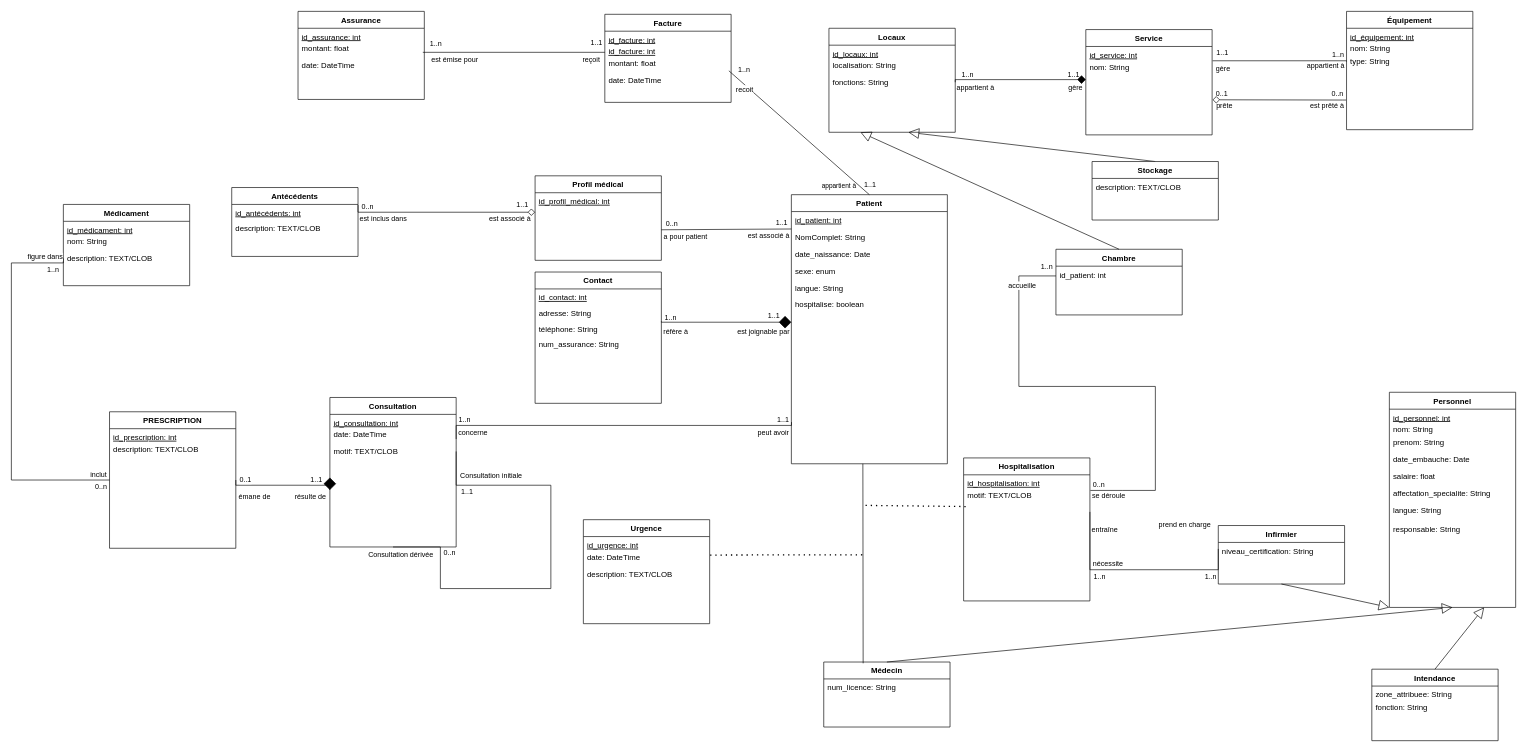
The draw.io diagram groupe2_model_conceptuel.drawio in absqaa/groupe2_bdd, before the edit. Source tidied: cells renumbered, new cells numbered last; positions are measured from the earlier drawing's top-left corner, leaving out a move shared by most shapes. Both pictures are drawn from the tidied source at 65%, with x=0, y=0 at pixel (11, 11).
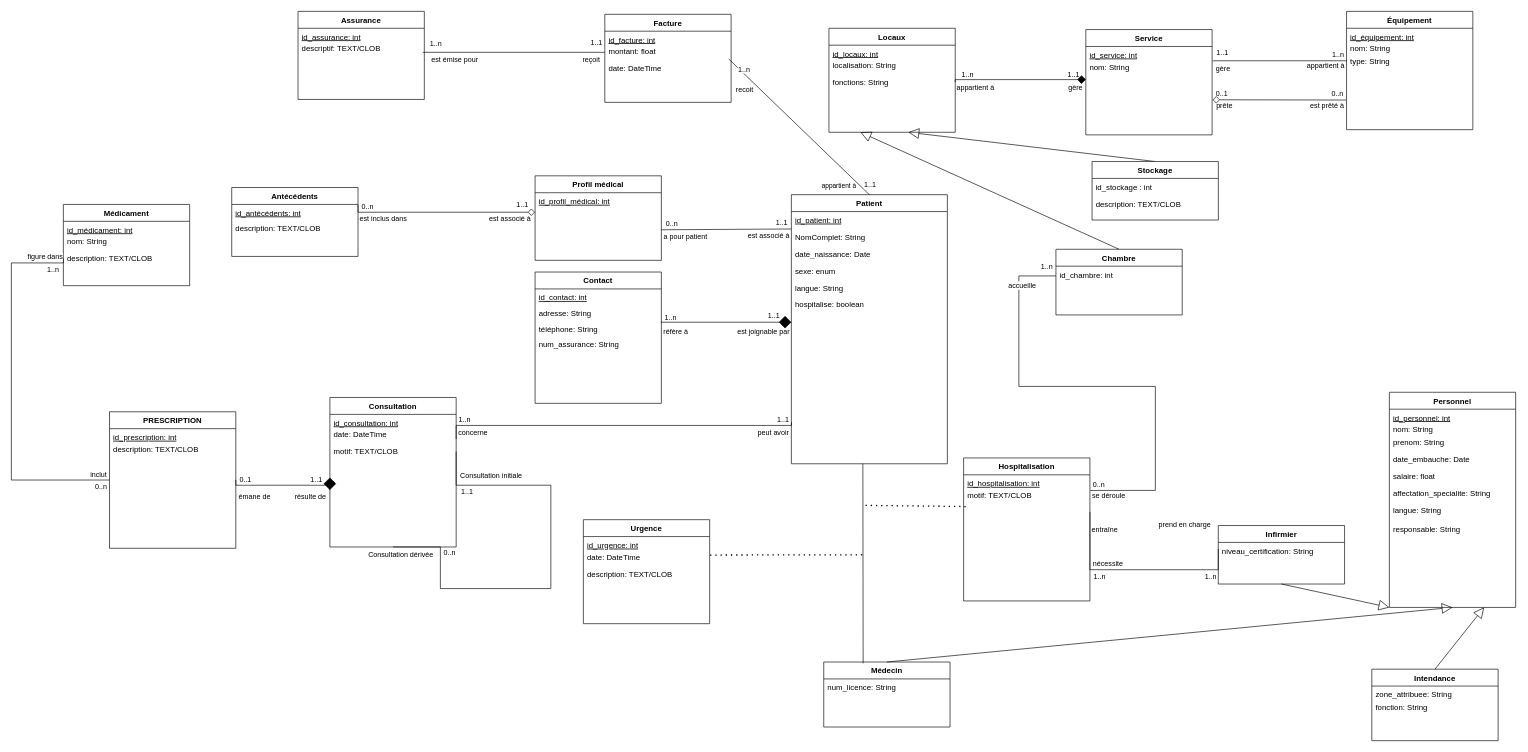
The same diagram, later.

The change refers to these unchanged cells:
```xml
<mxCell id="29" value="Chambre" style="swimlane;fontStyle=1;align=center;verticalAlign=top;horizontal=1;startSize=26;rounded=0;shadow=0;strokeWidth=1;" parent="1" vertex="1">
  <mxGeometry x="1607" y="366" width="194.3" height="101" as="geometry" />
</mxCell>
<mxCell id="58" value="Facture" style="swimlane;fontStyle=1;align=center;verticalAlign=top;horizontal=1;startSize=26;rounded=0;shadow=0;strokeWidth=1;" parent="1" vertex="1">
  <mxGeometry x="913" y="4.5" width="194.3" height="135.5" as="geometry" />
</mxCell>
<mxCell id="110" value="Stockage" style="swimlane;fontStyle=1;align=center;verticalAlign=top;horizontal=1;startSize=26;rounded=0;shadow=0;strokeWidth=1;" parent="1" vertex="1">
  <mxGeometry x="1662.6" y="231" width="194.3" height="90" as="geometry" />
</mxCell>
<mxCell id="142" value="Assurance" style="swimlane;fontStyle=1;align=center;verticalAlign=top;horizontal=1;startSize=26;rounded=0;shadow=0;strokeWidth=1;" parent="1" vertex="1">
  <mxGeometry x="441" width="194.3" height="135.5" as="geometry" />
</mxCell>
```

The edit, as a diff of the source:
```diff
@@
-    <mxCell id="30" value="id_patient: int" style="text;align=left;verticalAlign=top;spacingLeft=4;spacingRight=4;overflow=hidden;rounded=0;shadow=0;html=0;" parent="29" vertex="1">
+    <mxCell id="30" value="id_chambre: int" style="text;align=left;verticalAlign=top;spacingLeft=4;spacingRight=4;overflow=hidden;rounded=0;shadow=0;html=0;" parent="29" vertex="1">
       <mxGeometry y="26" width="194.3" height="26" as="geometry" />
     </mxCell>
@@
-    <mxCell id="60" value="id_facture: int" style="text;align=left;verticalAlign=top;spacingLeft=4;spacingRight=4;overflow=hidden;rounded=0;shadow=0;html=0;fontStyle=4;" parent="58" vertex="1">
-      <mxGeometry y="44" width="194.3" height="18" as="geometry" />
-    </mxCell>
     <mxCell id="61" value="montant: float" style="text;align=left;verticalAlign=top;spacingLeft=4;spacingRight=4;overflow=hidden;points=[[0,0.5],[1,0.5]];portConstraint=eastwest;rounded=0;shadow=0;html=0;" parent="58" vertex="1">
-      <mxGeometry y="62" width="194.3" height="26" as="geometry" />
+      <mxGeometry y="44" width="194.3" height="26" as="geometry" />
     </mxCell>
     <mxCell id="62" value="date: DateTime" style="text;align=left;verticalAlign=top;spacingLeft=4;spacingRight=4;overflow=hidden;rounded=0;shadow=0;html=0;" parent="58" vertex="1">
-      <mxGeometry y="88" width="194.3" height="26" as="geometry" />
+      <mxGeometry y="70" width="194.3" height="26" as="geometry" />
     </mxCell>
@@
-    <mxCell id="111" value="description: TEXT/CLOB" style="text;align=left;verticalAlign=top;spacingLeft=4;spacingRight=4;overflow=hidden;rounded=0;shadow=0;html=0;" parent="110" vertex="1">
+    <mxCell id="111" value="id_stockage : int" style="text;align=left;verticalAlign=top;spacingLeft=4;spacingRight=4;overflow=hidden;rounded=0;shadow=0;html=0;" parent="110" vertex="1">
       <mxGeometry y="26" width="194.3" height="26" as="geometry" />
     </mxCell>
+    <mxCell id="156" value="description: TEXT/CLOB" style="text;align=left;verticalAlign=top;spacingLeft=4;spacingRight=4;overflow=hidden;rounded=0;shadow=0;html=0;" parent="110" vertex="1">
+      <mxGeometry y="52" width="194.3" height="26" as="geometry" />
+    </mxCell>
@@
-    <mxCell id="144" value="montant: float" style="text;align=left;verticalAlign=top;spacingLeft=4;spacingRight=4;overflow=hidden;rounded=0;shadow=0;html=0;" parent="142" vertex="1">
-      <mxGeometry y="44" width="194.3" height="26" as="geometry" />
-    </mxCell>
-    <mxCell id="145" value="date: DateTime" style="text;align=left;verticalAlign=top;spacingLeft=4;spacingRight=4;overflow=hidden;rounded=0;shadow=0;html=0;" parent="142" vertex="1">
-      <mxGeometry y="70" width="194.3" height="26" as="geometry" />
-    </mxCell>
+    <mxCell id="157" value="descriptif: TEXT/CLOB" style="text;align=left;verticalAlign=top;spacingLeft=4;spacingRight=4;overflow=hidden;rounded=0;shadow=0;html=0;" parent="142" vertex="1">
+      <mxGeometry y="44" width="194.3" height="26" as="geometry" />
+    </mxCell>
```
